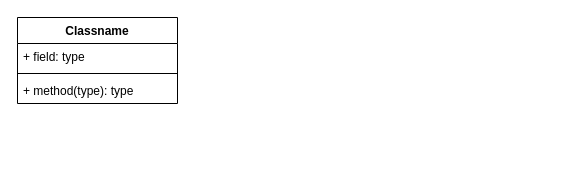
Above: Untitled Diagram.drawio in julienLeuenberger/test-cpp (draw.io), before the change. Source tidied: cells renumbered, new cells numbered last; positions are measured from the earlier drawing's top-left corner, leaving out a move shared by most shapes. Both pictures are drawn from the tidied source at 100%, with x=0, y=0 at pixel (17, 17).
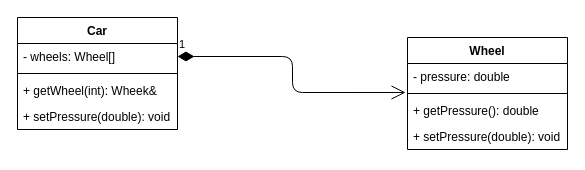
Above is the later version.

What changed in the source:
```diff
@@
 <mxGraphModel>
   <root>
     <mxCell id="0" />
     <mxCell id="1" parent="0" />
-    <mxCell id="2" value="Classname" style="swimlane;fontStyle=1;align=center;verticalAlign=top;horizontal=1;startSize=26;" parent="1" vertex="1">
-      <mxGeometry width="160" height="86" as="geometry" />
+    <mxCell id="2" value="Car" style="swimlane;fontStyle=1;align=center;verticalAlign=top;horizontal=1;startSize=26;" parent="1" vertex="1">
+      <mxGeometry width="160" height="112" as="geometry" />
     </mxCell>
-    <mxCell id="3" value="+ field: type" style="text;strokeColor=none;fillColor=none;align=left;verticalAlign=top;spacingLeft=4;spacingRight=4;overflow=hidden;points=[[0,0.5],[1,0.5]];portConstraint=eastwest;" parent="2" vertex="1">
+    <mxCell id="3" value="- wheels: Wheel[]" style="text;strokeColor=none;fillColor=none;align=left;verticalAlign=top;spacingLeft=4;spacingRight=4;overflow=hidden;points=[[0,0.5],[1,0.5]];portConstraint=eastwest;" parent="2" vertex="1">
       <mxGeometry y="26" width="160" height="26" as="geometry" />
     </mxCell>
     <mxCell id="4" style="line;strokeWidth=1;fillColor=none;align=left;verticalAlign=middle;spacingTop=-1;spacingLeft=3;spacingRight=3;labelPosition=right;" parent="2" vertex="1">
       <mxGeometry y="52" width="160" height="8" as="geometry" />
     </mxCell>
-    <mxCell id="5" value="+ method(type): type" style="text;strokeColor=none;fillColor=none;align=left;verticalAlign=top;spacingLeft=4;spacingRight=4;overflow=hidden;" parent="2" vertex="1">
+    <mxCell id="5" value="+ getWheel(int): Wheek&amp;" style="text;strokeColor=none;fillColor=none;align=left;verticalAlign=top;spacingLeft=4;spacingRight=4;overflow=hidden;" parent="2" vertex="1">
       <mxGeometry y="60" width="160" height="26" as="geometry" />
     </mxCell>
+    <mxCell id="6" value="+ setPressure(double): void" style="text;strokeColor=none;fillColor=none;align=left;verticalAlign=top;spacingLeft=4;spacingRight=4;overflow=hidden;" parent="2" vertex="1">
+      <mxGeometry y="86" width="160" height="26" as="geometry" />
+    </mxCell>
+    <mxCell id="7" value="1" style="endArrow=open;html=1;endSize=12;startArrow=diamondThin;startSize=14;startFill=1;edgeStyle=orthogonalEdgeStyle;align=left;verticalAlign=bottom;exitX=1;exitY=0.5;exitDx=0;exitDy=0;entryX=-0.012;entryY=1.115;entryDx=0;entryDy=0;entryPerimeter=0;" parent="1" edge="1" source="3" target="9">
+      <mxGeometry x="-1" y="3" relative="1" as="geometry" />
+    </mxCell>
+    <mxCell id="8" value="Wheel" style="swimlane;fontStyle=1;align=center;verticalAlign=top;horizontal=1;startSize=26;" parent="1" vertex="1">
+      <mxGeometry x="390" y="20" width="160" height="112" as="geometry" />
+    </mxCell>
+    <mxCell id="9" value="- pressure: double" style="text;strokeColor=none;fillColor=none;align=left;verticalAlign=top;spacingLeft=4;spacingRight=4;overflow=hidden;points=[[0,0.5],[1,0.5]];portConstraint=eastwest;" parent="8" vertex="1">
+      <mxGeometry y="26" width="160" height="26" as="geometry" />
+    </mxCell>
+    <mxCell id="10" style="line;strokeWidth=1;fillColor=none;align=left;verticalAlign=middle;spacingTop=-1;spacingLeft=3;spacingRight=3;labelPosition=right;" parent="8" vertex="1">
+      <mxGeometry y="52" width="160" height="8" as="geometry" />
+    </mxCell>
+    <mxCell id="11" value="+ getPressure(): double" style="text;strokeColor=none;fillColor=none;align=left;verticalAlign=top;spacingLeft=4;spacingRight=4;overflow=hidden;" parent="8" vertex="1">
+      <mxGeometry y="60" width="160" height="26" as="geometry" />
+    </mxCell>
+    <mxCell id="12" value="+ setPressure(double): void" style="text;strokeColor=none;fillColor=none;align=left;verticalAlign=top;spacingLeft=4;spacingRight=4;overflow=hidden;" parent="8" vertex="1">
+      <mxGeometry y="86" width="160" height="26" as="geometry" />
+    </mxCell>
   </root>
 </mxGraphModel>
```
